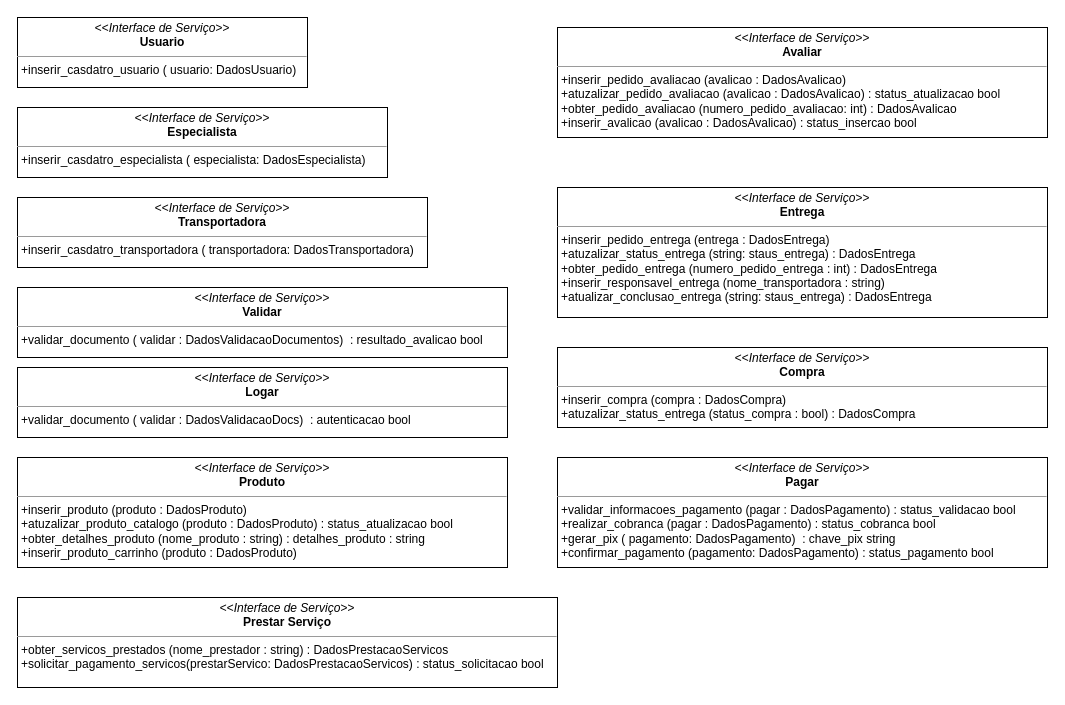
The draw.io diagram page "Interface_servico" (2 of 3) of DEC/DiagramaMensagensServicos.drawio in luca-moraes/projetoCorintoModelagem, before the edit. Source tidied: cells renumbered, new cells numbered last; positions are measured from the earlier drawing's top-left corner, leaving out a move shared by most shapes. Both pictures are drawn from the tidied source at 100%, with x=0, y=0 at pixel (17, 17).
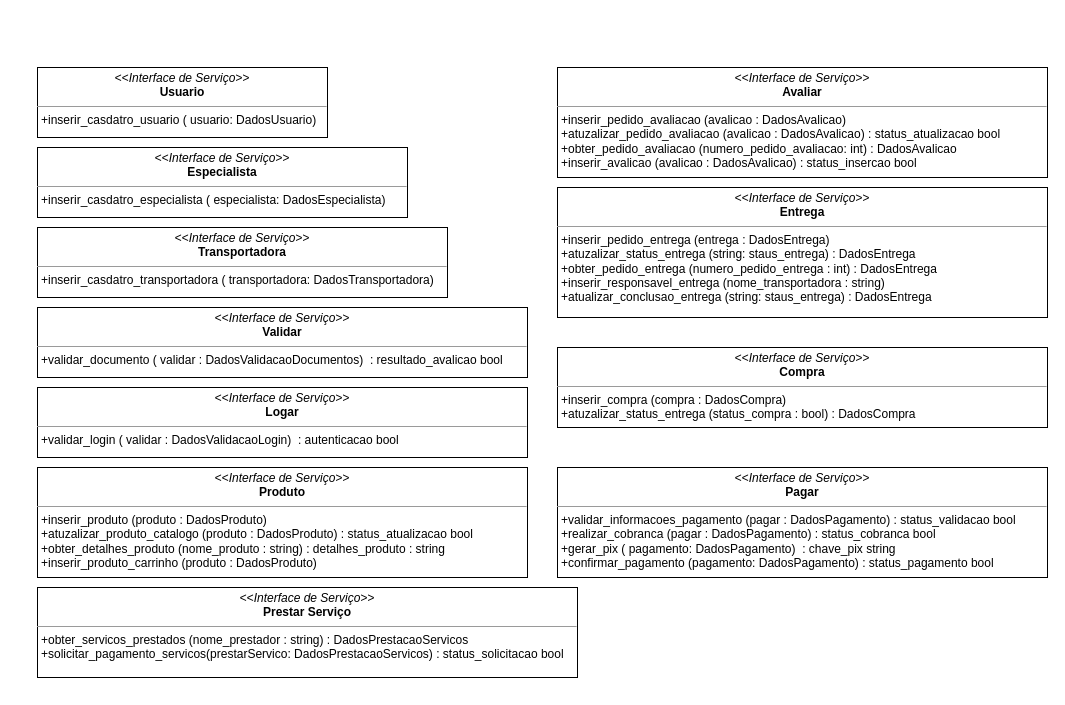
The same page after the edit.

Change to the diagram source:
```diff
@@
 <mxGraphModel>
   <root>
     <mxCell id="0" />
     <mxCell id="1" parent="0" />
     <mxCell id="2" value="&lt;p style=&quot;margin:0px;margin-top:4px;text-align:center;&quot;&gt;&lt;i&gt;&amp;lt;&amp;lt;Interface de Serviço&amp;gt;&amp;gt;&lt;/i&gt;&lt;br&gt;&lt;b&gt;Usuario&lt;/b&gt;&lt;/p&gt;&lt;hr size=&quot;1&quot;&gt;&lt;p style=&quot;margin:0px;margin-left:4px;&quot;&gt;+inserir_casdatro_usuario ( usuario: DadosUsuario)&lt;/p&gt;" style="verticalAlign=top;align=left;overflow=fill;fontSize=12;fontFamily=Helvetica;html=1;whiteSpace=wrap;" parent="1" vertex="1">
-      <mxGeometry width="290" height="70" as="geometry" />
+      <mxGeometry x="20" y="50" width="290" height="70" as="geometry" />
     </mxCell>
     <mxCell id="3" value="&lt;p style=&quot;margin:0px;margin-top:4px;text-align:center;&quot;&gt;&lt;i&gt;&amp;lt;&amp;lt;Interface de Serviço&amp;gt;&amp;gt;&lt;/i&gt;&lt;br&gt;&lt;b&gt;Especialista&lt;/b&gt;&lt;/p&gt;&lt;hr size=&quot;1&quot;&gt;&lt;p style=&quot;margin:0px;margin-left:4px;&quot;&gt;+inserir_casdatro_especialista ( especialista: DadosEspecialista)&lt;/p&gt;" style="verticalAlign=top;align=left;overflow=fill;fontSize=12;fontFamily=Helvetica;html=1;whiteSpace=wrap;" parent="1" vertex="1">
-      <mxGeometry y="90" width="370" height="70" as="geometry" />
+      <mxGeometry x="20" y="130" width="370" height="70" as="geometry" />
     </mxCell>
     <mxCell id="4" value="&lt;p style=&quot;margin:0px;margin-top:4px;text-align:center;&quot;&gt;&lt;i&gt;&amp;lt;&amp;lt;Interface de Serviço&amp;gt;&amp;gt;&lt;/i&gt;&lt;br&gt;&lt;b&gt;Transportadora&lt;/b&gt;&lt;/p&gt;&lt;hr size=&quot;1&quot;&gt;&lt;p style=&quot;margin:0px;margin-left:4px;&quot;&gt;+inserir_casdatro_transportadora ( transportadora: DadosTransportadora)&lt;/p&gt;" style="verticalAlign=top;align=left;overflow=fill;fontSize=12;fontFamily=Helvetica;html=1;whiteSpace=wrap;" parent="1" vertex="1">
-      <mxGeometry y="180" width="410" height="70" as="geometry" />
+      <mxGeometry x="20" y="210" width="410" height="70" as="geometry" />
     </mxCell>
     <mxCell id="5" value="&lt;p style=&quot;margin:0px;margin-top:4px;text-align:center;&quot;&gt;&lt;i&gt;&amp;lt;&amp;lt;Interface de Serviço&amp;gt;&amp;gt;&lt;/i&gt;&lt;br&gt;&lt;b&gt;Validar&lt;/b&gt;&lt;/p&gt;&lt;hr size=&quot;1&quot;&gt;&lt;p style=&quot;margin:0px;margin-left:4px;&quot;&gt;+validar_documento ( validar : DadosValidacaoDocumentos)&amp;nbsp; : resultado_avalicao bool&lt;/p&gt;" style="verticalAlign=top;align=left;overflow=fill;fontSize=12;fontFamily=Helvetica;html=1;whiteSpace=wrap;" parent="1" vertex="1">
-      <mxGeometry y="270" width="490" height="70" as="geometry" />
+      <mxGeometry x="20" y="290" width="490" height="70" as="geometry" />
     </mxCell>
-    <mxCell id="6" value="&lt;p style=&quot;margin:0px;margin-top:4px;text-align:center;&quot;&gt;&lt;i&gt;&amp;lt;&amp;lt;Interface de Serviço&amp;gt;&amp;gt;&lt;/i&gt;&lt;br&gt;&lt;b&gt;Logar&lt;/b&gt;&lt;/p&gt;&lt;hr size=&quot;1&quot;&gt;&lt;p style=&quot;margin:0px;margin-left:4px;&quot;&gt;+validar_documento ( validar : DadosValidacaoDocs)&amp;nbsp; : autenticacao bool&lt;/p&gt;" style="verticalAlign=top;align=left;overflow=fill;fontSize=12;fontFamily=Helvetica;html=1;whiteSpace=wrap;" parent="1" vertex="1">
-      <mxGeometry y="350" width="490" height="70" as="geometry" />
+    <mxCell id="6" value="&lt;p style=&quot;margin:0px;margin-top:4px;text-align:center;&quot;&gt;&lt;i&gt;&amp;lt;&amp;lt;Interface de Serviço&amp;gt;&amp;gt;&lt;/i&gt;&lt;br&gt;&lt;b&gt;Logar&lt;/b&gt;&lt;/p&gt;&lt;hr size=&quot;1&quot;&gt;&lt;p style=&quot;margin:0px;margin-left:4px;&quot;&gt;+validar_login ( validar : DadosValidacaoLogin)&amp;nbsp; : autenticacao bool&lt;/p&gt;" style="verticalAlign=top;align=left;overflow=fill;fontSize=12;fontFamily=Helvetica;html=1;whiteSpace=wrap;" parent="1" vertex="1">
+      <mxGeometry x="20" y="370" width="490" height="70" as="geometry" />
     </mxCell>
     <mxCell id="7" value="&lt;p style=&quot;margin:0px;margin-top:4px;text-align:center;&quot;&gt;&lt;i&gt;&amp;lt;&amp;lt;Interface de Serviço&amp;gt;&amp;gt;&lt;/i&gt;&lt;br&gt;&lt;b&gt;Produto&lt;/b&gt;&lt;/p&gt;&lt;hr size=&quot;1&quot;&gt;&lt;p style=&quot;margin:0px;margin-left:4px;&quot;&gt;+inserir_produto (produto : DadosProduto)&amp;nbsp;&lt;/p&gt;&lt;p style=&quot;margin:0px;margin-left:4px;&quot;&gt;+atuzalizar_produto_catalogo (produto : DadosProduto) : status_atualizacao bool&lt;/p&gt;&lt;p style=&quot;margin:0px;margin-left:4px;&quot;&gt;+obter_detalhes_produto (nome_produto : string) : detalhes_produto : string&lt;/p&gt;&lt;p style=&quot;margin:0px;margin-left:4px;&quot;&gt;+inserir_produto_carrinho (produto : DadosProduto)&lt;/p&gt;" style="verticalAlign=top;align=left;overflow=fill;fontSize=12;fontFamily=Helvetica;html=1;whiteSpace=wrap;" parent="1" vertex="1">
-      <mxGeometry y="440" width="490" height="110" as="geometry" />
+      <mxGeometry x="20" y="450" width="490" height="110" as="geometry" />
     </mxCell>
     <mxCell id="8" value="&lt;p style=&quot;margin:0px;margin-top:4px;text-align:center;&quot;&gt;&lt;i&gt;&amp;lt;&amp;lt;Interface de Serviço&amp;gt;&amp;gt;&lt;/i&gt;&lt;br&gt;&lt;b&gt;Prestar Serviço&lt;/b&gt;&lt;/p&gt;&lt;hr size=&quot;1&quot;&gt;&lt;p style=&quot;margin:0px;margin-left:4px;&quot;&gt;+obter_servicos_prestados (nome_prestador : string) : DadosPrestacaoServicos&lt;/p&gt;&lt;p style=&quot;margin:0px;margin-left:4px;&quot;&gt;+solicitar_pagamento_servicos(prestarServico: DadosPrestacaoServicos) : status_solicitacao bool&lt;/p&gt;" style="verticalAlign=top;align=left;overflow=fill;fontSize=12;fontFamily=Helvetica;html=1;whiteSpace=wrap;" parent="1" vertex="1">
-      <mxGeometry y="580" width="540" height="90" as="geometry" />
+      <mxGeometry x="20" y="570" width="540" height="90" as="geometry" />
     </mxCell>
     <mxCell id="9" value="&lt;p style=&quot;margin:0px;margin-top:4px;text-align:center;&quot;&gt;&lt;i&gt;&amp;lt;&amp;lt;Interface de Serviço&amp;gt;&amp;gt;&lt;/i&gt;&lt;br&gt;&lt;b&gt;Avaliar&lt;/b&gt;&lt;/p&gt;&lt;hr size=&quot;1&quot;&gt;&lt;p style=&quot;margin:0px;margin-left:4px;&quot;&gt;+inserir_pedido_avaliacao (avalicao : DadosAvalicao)&amp;nbsp;&lt;/p&gt;&lt;p style=&quot;margin:0px;margin-left:4px;&quot;&gt;+atuzalizar_pedido_avaliacao&amp;nbsp;(avalicao : DadosAvalicao) : status_atualizacao bool&lt;/p&gt;&lt;p style=&quot;margin:0px;margin-left:4px;&quot;&gt;+obter_pedido_avaliacao&amp;nbsp;(numero_pedido_avaliacao: int) :&amp;nbsp;DadosAvalicao&lt;/p&gt;&lt;p style=&quot;margin:0px;margin-left:4px;&quot;&gt;+inserir_avalicao (avalicao : DadosAvalicao) : status_insercao bool&lt;/p&gt;" style="verticalAlign=top;align=left;overflow=fill;fontSize=12;fontFamily=Helvetica;html=1;whiteSpace=wrap;" parent="1" vertex="1">
-      <mxGeometry x="540" y="10" width="490" height="110" as="geometry" />
+      <mxGeometry x="540" y="50" width="490" height="110" as="geometry" />
     </mxCell>
     <mxCell id="10" value="&lt;p style=&quot;margin:0px;margin-top:4px;text-align:center;&quot;&gt;&lt;i&gt;&amp;lt;&amp;lt;Interface de Serviço&amp;gt;&amp;gt;&lt;/i&gt;&lt;br&gt;&lt;b&gt;Entrega&lt;/b&gt;&lt;/p&gt;&lt;hr size=&quot;1&quot;&gt;&lt;p style=&quot;margin:0px;margin-left:4px;&quot;&gt;+inserir_pedido_entrega (entrega : DadosEntrega)&amp;nbsp;&lt;/p&gt;&lt;p style=&quot;margin:0px;margin-left:4px;&quot;&gt;+atuzalizar_status_entrega (string: staus_entrega) : DadosEntrega&lt;/p&gt;&lt;p style=&quot;margin:0px;margin-left:4px;&quot;&gt;+obter_pedido_entrega&amp;nbsp;(numero_pedido_entrega : int) :&amp;nbsp;DadosEntrega&lt;/p&gt;&lt;p style=&quot;margin:0px;margin-left:4px;&quot;&gt;+inserir_responsavel_entrega (nome_transportadora : string)&amp;nbsp;&lt;/p&gt;&lt;p style=&quot;margin:0px;margin-left:4px;&quot;&gt;+atualizar_conclusao_entrega (string: staus_entrega) : DadosEntrega&lt;/p&gt;" style="verticalAlign=top;align=left;overflow=fill;fontSize=12;fontFamily=Helvetica;html=1;whiteSpace=wrap;" parent="1" vertex="1">
       <mxGeometry x="540" y="170" width="490" height="130" as="geometry" />
     </mxCell>
     <mxCell id="11" value="&lt;p style=&quot;margin:0px;margin-top:4px;text-align:center;&quot;&gt;&lt;i&gt;&amp;lt;&amp;lt;Interface de Serviço&amp;gt;&amp;gt;&lt;/i&gt;&lt;br&gt;&lt;b&gt;Compra&lt;/b&gt;&lt;/p&gt;&lt;hr size=&quot;1&quot;&gt;&lt;p style=&quot;margin:0px;margin-left:4px;&quot;&gt;+inserir_compra (compra : DadosCompra)&amp;nbsp;&lt;/p&gt;&lt;p style=&quot;margin:0px;margin-left:4px;&quot;&gt;+atuzalizar_status_entrega (status_compra : bool) : DadosCompra&lt;/p&gt;" style="verticalAlign=top;align=left;overflow=fill;fontSize=12;fontFamily=Helvetica;html=1;whiteSpace=wrap;" parent="1" vertex="1">
       <mxGeometry x="540" y="330" width="490" height="80" as="geometry" />
     </mxCell>
     <mxCell id="12" value="&lt;p style=&quot;margin:0px;margin-top:4px;text-align:center;&quot;&gt;&lt;i&gt;&amp;lt;&amp;lt;Interface de Serviço&amp;gt;&amp;gt;&lt;/i&gt;&lt;br&gt;&lt;b&gt;Pagar&lt;/b&gt;&lt;/p&gt;&lt;hr size=&quot;1&quot;&gt;&lt;p style=&quot;margin:0px;margin-left:4px;&quot;&gt;+validar_informacoes_pagamento (pagar : DadosPagamento) : status_validacao bool&lt;/p&gt;&lt;p style=&quot;margin:0px;margin-left:4px;&quot;&gt;+realizar_cobranca (pagar : DadosPagamento) : status_cobranca bool&lt;/p&gt;&lt;p style=&quot;margin:0px;margin-left:4px;&quot;&gt;+gerar_pix (&amp;nbsp;pagamento: DadosPagamento)&amp;nbsp; : chave_pix string&lt;/p&gt;&lt;p style=&quot;margin:0px;margin-left:4px;&quot;&gt;+confirmar_pagamento (pagamento: DadosPagamento) : status_pagamento bool&lt;/p&gt;" style="verticalAlign=top;align=left;overflow=fill;fontSize=12;fontFamily=Helvetica;html=1;whiteSpace=wrap;" parent="1" vertex="1">
-      <mxGeometry x="540" y="440" width="490" height="110" as="geometry" />
+      <mxGeometry x="540" y="450" width="490" height="110" as="geometry" />
     </mxCell>
   </root>
 </mxGraphModel>
```
